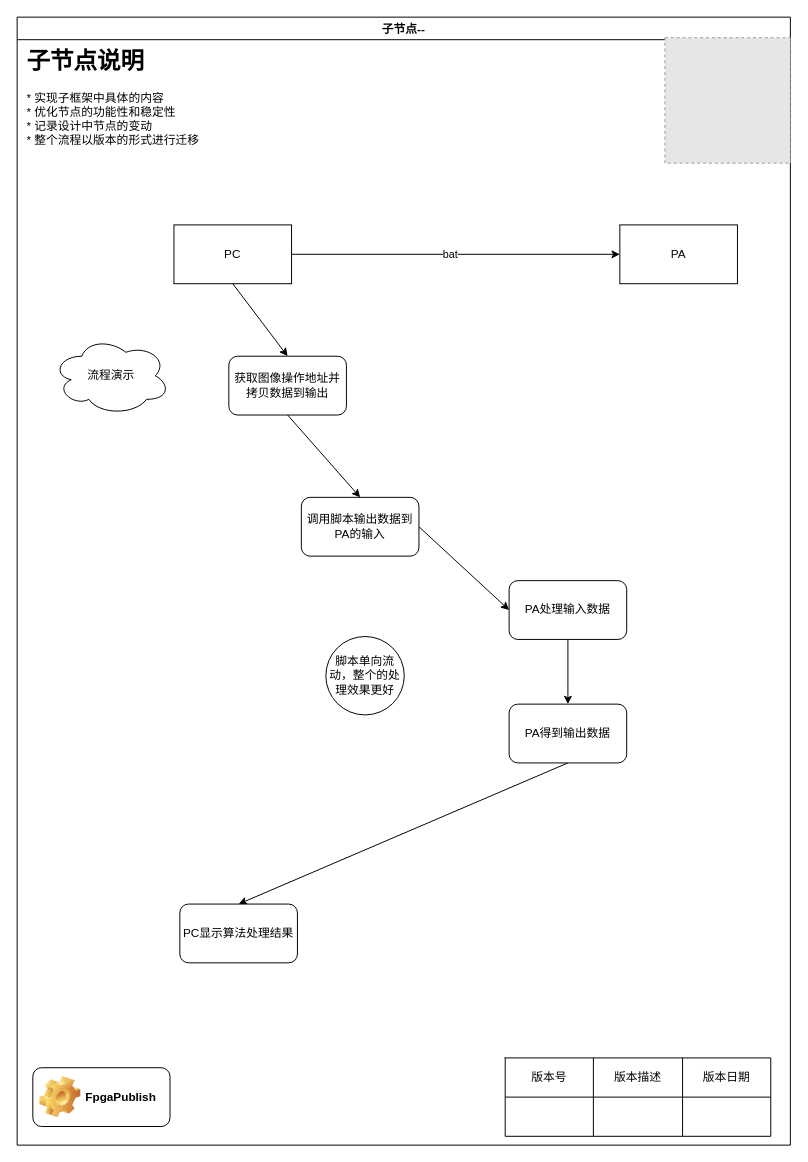
Above: page "子节点2.1--PC调用PA" (4 of 4) of smart_eye_exec_flow/smart_eye_flow_manual.drawio in FpgaPublish/k2_smart_eye (draw.io), before the change. Source tidied: cells renumbered, new cells numbered last; positions are measured from the earlier drawing's top-left corner, leaving out a move shared by most shapes. Both pictures are drawn from the tidied source at 98%, with x=0, y=0 at pixel (17, 17). Pictures stored in the file or linked from it are replaced by grey dashed boxes.
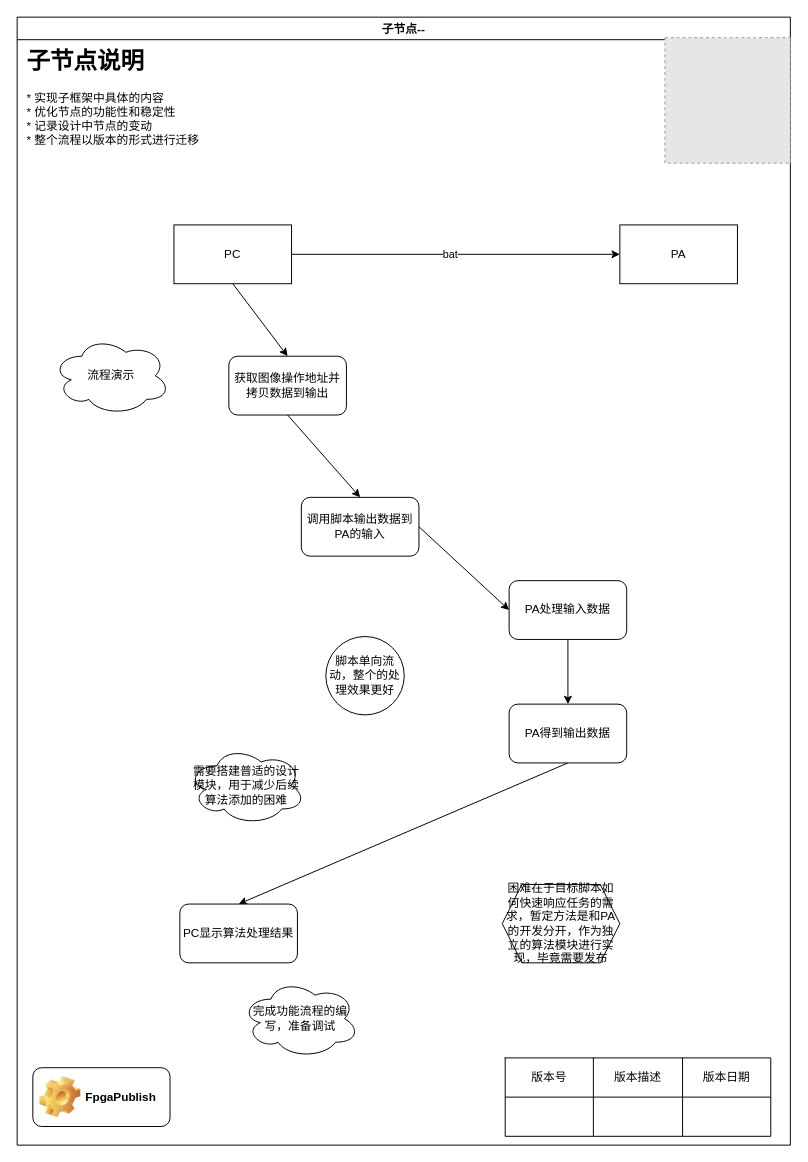
The same page after the edit.

Unchanged cells that the change refers to:
```xml
<mxCell id="2" value="子节点--" style="swimlane;startSize=23;" parent="1" vertex="1">
  <mxGeometry width="789" height="1151" as="geometry" />
</mxCell>
```

The edit, as a diff of the source:
```diff
@@
+    <mxCell id="31" value="需要搭建普适的设计模块，用于减少后续算法添加的困难" style="ellipse;shape=cloud;whiteSpace=wrap;html=1;" parent="2" vertex="1">
+      <mxGeometry x="174" y="744" width="120" height="80" as="geometry" />
+    </mxCell>
+    <mxCell id="32" value="困难在于目标脚本如何快速响应任务的需求，暂定方法是和PA的开发分开，作为独立的算法模块进行实现，毕竟需要发布" style="shape=hexagon;perimeter=hexagonPerimeter2;whiteSpace=wrap;html=1;fixedSize=1;" parent="2" vertex="1">
+      <mxGeometry x="495" y="885" width="120" height="80" as="geometry" />
+    </mxCell>
+    <mxCell id="33" style="edgeStyle=orthogonalEdgeStyle;rounded=0;orthogonalLoop=1;jettySize=auto;html=1;exitX=0.5;exitY=1;exitDx=0;exitDy=0;" parent="2" edge="1" source="32" target="32">
+      <mxGeometry relative="1" as="geometry" />
+    </mxCell>
+    <mxCell id="34" value="完成功能流程的编写，准备调试" style="ellipse;shape=cloud;whiteSpace=wrap;html=1;" parent="2" vertex="1">
+      <mxGeometry x="229" y="982" width="120" height="80" as="geometry" />
+    </mxCell>
```
